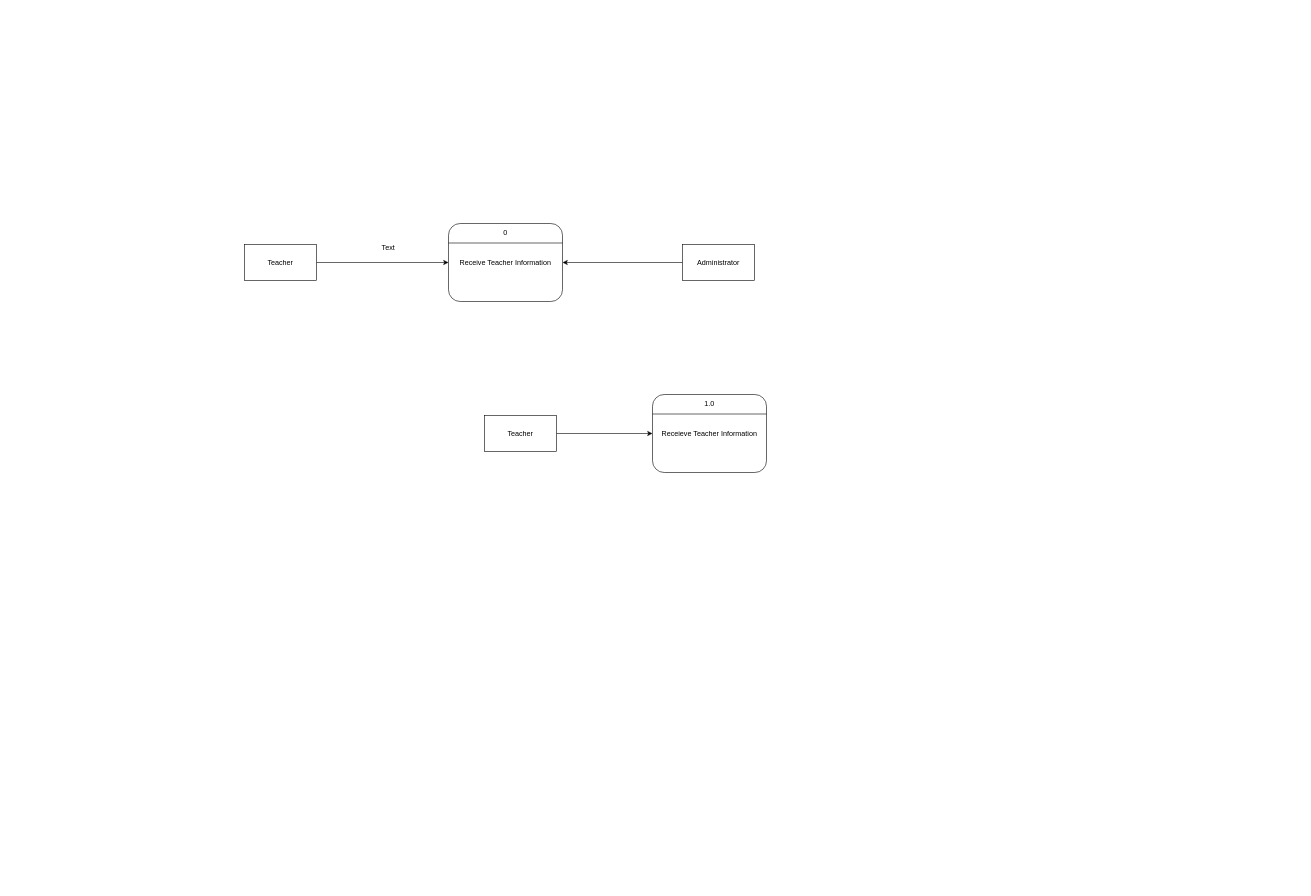
Earlier version of the draw.io diagram CFD-DFD.drawio (Beskiit/DIAGRAMS-Collab). Source tidied: cells renumbered, new cells numbered last; positions are measured from the earlier drawing's top-left corner, leaving out a move shared by most shapes. Both pictures are drawn from the tidied source at 60%, with x=0, y=0 at pixel (244, 223).
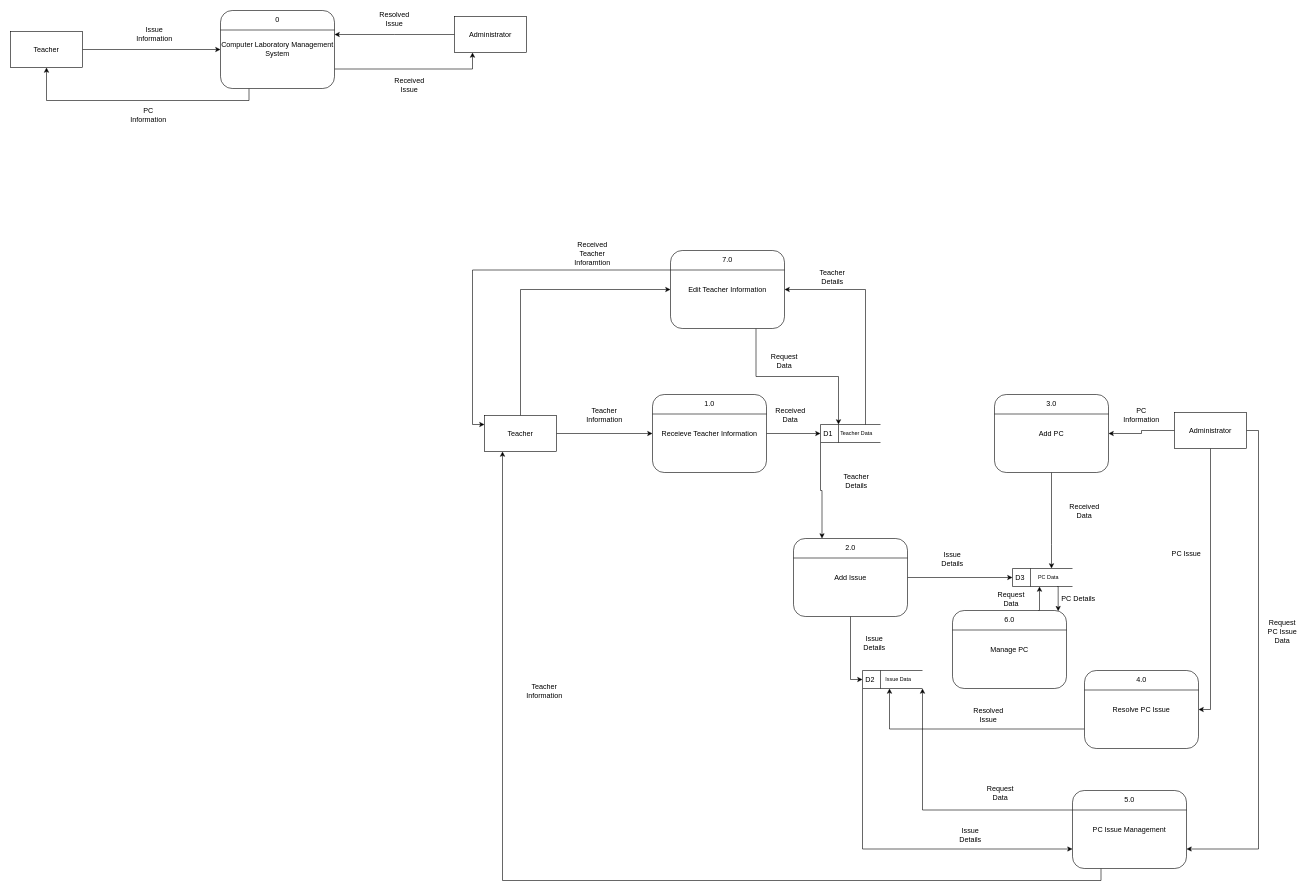
After the change.

The change refers to these unchanged cells:
```xml
<mxCell id="2" value="Receieve Teacher Information" style="rounded=1;whiteSpace=wrap;html=1;" parent="1" vertex="1">
  <mxGeometry x="680" y="285" width="190" height="130" as="geometry" />
</mxCell>
<mxCell id="5" value="Teacher" style="rounded=0;whiteSpace=wrap;html=1;" parent="1" vertex="1">
  <mxGeometry x="400" y="320" width="120" height="60" as="geometry" />
</mxCell>
```

Diff of the diagram source:
```diff
@@
+    <mxCell id="15" style="edgeStyle=orthogonalEdgeStyle;rounded=0;jettySize=auto;html=1;exitX=1;exitY=0.5;exitDx=0;exitDy=0;" parent="1" edge="1" source="2" target="24">
+      <mxGeometry relative="1" as="geometry" />
+    </mxCell>
@@
+    <mxCell id="16" style="edgeStyle=orthogonalEdgeStyle;rounded=0;jettySize=auto;html=1;exitX=0.5;exitY=0;exitDx=0;exitDy=0;entryX=0;entryY=0.5;entryDx=0;entryDy=0;" parent="1" edge="1" source="5" target="76">
+      <mxGeometry relative="1" as="geometry" />
+    </mxCell>
@@
     <mxCell id="8" value="Teacher" style="rounded=0;whiteSpace=wrap;html=1;" parent="1" vertex="1">
-      <mxGeometry y="35" width="120" height="60" as="geometry" />
+      <mxGeometry x="-390" y="-320" width="120" height="60" as="geometry" />
     </mxCell>
+    <mxCell id="17" style="edgeStyle=orthogonalEdgeStyle;rounded=0;jettySize=auto;html=1;exitX=1;exitY=0.75;exitDx=0;exitDy=0;entryX=0.25;entryY=1;entryDx=0;entryDy=0;" parent="1" edge="1" source="9" target="13">
+      <mxGeometry relative="1" as="geometry" />
+    </mxCell>
+    <mxCell id="18" style="edgeStyle=orthogonalEdgeStyle;rounded=0;jettySize=auto;html=1;exitX=0.25;exitY=1;exitDx=0;exitDy=0;entryX=0.5;entryY=1;entryDx=0;entryDy=0;" parent="1" edge="1" source="9" target="8">
+      <mxGeometry relative="1" as="geometry" />
+    </mxCell>
-    <mxCell id="9" value="Receive Teacher Information" style="rounded=1;whiteSpace=wrap;html=1;" parent="1" vertex="1">
-      <mxGeometry x="340" width="190" height="130" as="geometry" />
+    <mxCell id="9" value="Computer Laboratory Management System" style="rounded=1;whiteSpace=wrap;html=1;" parent="1" vertex="1">
+      <mxGeometry x="-40" y="-355" width="190" height="130" as="geometry" />
     </mxCell>
@@
     <mxCell id="11" value="0" style="text;html=1;align=center;verticalAlign=middle;whiteSpace=wrap;rounded=0;" parent="1" vertex="1">
-      <mxGeometry x="405" width="60" height="30" as="geometry" />
+      <mxGeometry x="25" y="-355" width="60" height="30" as="geometry" />
     </mxCell>
-    <mxCell id="12" style="edgeStyle=orthogonalEdgeStyle;rounded=0;jettySize=auto;html=1;exitX=0;exitY=0.5;exitDx=0;exitDy=0;entryX=1;entryY=0.5;entryDx=0;entryDy=0;" parent="1" edge="1" source="13" target="9">
-      <mxGeometry relative="1" as="geometry" />
-    </mxCell>
+    <mxCell id="19" style="edgeStyle=orthogonalEdgeStyle;rounded=0;jettySize=auto;html=1;exitX=0;exitY=0.5;exitDx=0;exitDy=0;" parent="1" edge="1" source="13">
+      <mxGeometry relative="1" as="geometry">
+        <mxPoint x="150" y="-315" as="targetPoint" />
+      </mxGeometry>
+    </mxCell>
     <mxCell id="13" value="Administrator" style="rounded=0;whiteSpace=wrap;html=1;" parent="1" vertex="1">
-      <mxGeometry x="730" y="35" width="120" height="60" as="geometry" />
+      <mxGeometry x="350" y="-345" width="120" height="60" as="geometry" />
     </mxCell>
-    <mxCell id="14" value="Text" style="text;html=1;align=center;verticalAlign=middle;whiteSpace=wrap;rounded=0;" parent="1" vertex="1">
-      <mxGeometry x="210" y="25" width="60" height="30" as="geometry" />
+    <mxCell id="14" value="Issue Information" style="text;html=1;align=center;verticalAlign=middle;whiteSpace=wrap;rounded=0;" parent="1" vertex="1">
+      <mxGeometry x="-180" y="-330" width="60" height="30" as="geometry" />
     </mxCell>
+    <mxCell id="20" value="Resolved Issue" style="text;html=1;align=center;verticalAlign=middle;whiteSpace=wrap;rounded=0;" parent="1" vertex="1">
+      <mxGeometry x="220" y="-355" width="60" height="30" as="geometry" />
+    </mxCell>
+    <mxCell id="21" value="PC Information" style="text;html=1;align=center;verticalAlign=middle;whiteSpace=wrap;rounded=0;" parent="1" vertex="1">
+      <mxGeometry x="-190" y="-195" width="60" height="30" as="geometry" />
+    </mxCell>
+    <mxCell id="22" value="Received Issue" style="text;html=1;align=center;verticalAlign=middle;whiteSpace=wrap;rounded=0;" parent="1" vertex="1">
+      <mxGeometry x="245" y="-245" width="60" height="30" as="geometry" />
+    </mxCell>
+    <mxCell id="23" style="edgeStyle=orthogonalEdgeStyle;rounded=0;jettySize=auto;html=1;exitX=0;exitY=1;exitDx=0;exitDy=0;entryX=0.25;entryY=0;entryDx=0;entryDy=0;" parent="1" edge="1" source="24" target="29">
+      <mxGeometry relative="1" as="geometry" />
+    </mxCell>
+    <mxCell id="24" value="D1" style="html=1;dashed=0;whiteSpace=wrap;shape=mxgraph.dfd.dataStoreID;align=left;spacingLeft=3;points=[[0,0],[0.5,0],[1,0],[0,0.5],[1,0.5],[0,1],[0.5,1],[1,1]];" parent="1" vertex="1">
+      <mxGeometry x="960" y="335" width="100" height="30" as="geometry" />
+    </mxCell>
+    <mxCell id="25" style="edgeStyle=orthogonalEdgeStyle;rounded=0;jettySize=auto;html=1;exitX=0.75;exitY=0;exitDx=0;exitDy=0;entryX=1;entryY=0.5;entryDx=0;entryDy=0;" parent="1" edge="1" source="26" target="76">
+      <mxGeometry relative="1" as="geometry" />
+    </mxCell>
+    <mxCell id="26" value="Teacher Data" style="text;html=1;align=center;verticalAlign=middle;whiteSpace=wrap;rounded=0;fontSize=9;" parent="1" vertex="1">
+      <mxGeometry x="990" y="335" width="60" height="30" as="geometry" />
+    </mxCell>
+    <mxCell id="27" style="edgeStyle=orthogonalEdgeStyle;rounded=0;jettySize=auto;html=1;exitX=0.5;exitY=1;exitDx=0;exitDy=0;entryX=0;entryY=0.5;entryDx=0;entryDy=0;" parent="1" edge="1" source="29" target="33">
+      <mxGeometry relative="1" as="geometry" />
+    </mxCell>
+    <mxCell id="28" style="edgeStyle=orthogonalEdgeStyle;rounded=0;jettySize=auto;html=1;exitX=1;exitY=0.5;exitDx=0;exitDy=0;entryX=0;entryY=0.5;entryDx=0;entryDy=0;" parent="1" edge="1" source="29" target="43">
+      <mxGeometry relative="1" as="geometry" />
+    </mxCell>
+    <mxCell id="29" value="Add Issue" style="rounded=1;whiteSpace=wrap;html=1;" parent="1" vertex="1">
+      <mxGeometry x="915" y="525" width="190" height="130" as="geometry" />
+    </mxCell>
+    <mxCell id="30" style="endArrow=none;html=1;rounded=0;entryX=1;entryY=0.25;entryDx=0;entryDy=0;exitX=0;exitY=0.25;exitDx=0;exitDy=0;" parent="1" edge="1" source="29" target="29">
+      <mxGeometry relative="1" as="geometry" />
+    </mxCell>
+    <mxCell id="31" value="2.0" style="text;html=1;align=center;verticalAlign=middle;whiteSpace=wrap;rounded=0;" parent="1" vertex="1">
+      <mxGeometry x="980" y="525" width="60" height="30" as="geometry" />
+    </mxCell>
+    <mxCell id="32" style="edgeStyle=orthogonalEdgeStyle;rounded=0;jettySize=auto;html=1;exitX=0;exitY=1;exitDx=0;exitDy=0;entryX=0;entryY=0.75;entryDx=0;entryDy=0;" parent="1" edge="1" source="33" target="51">
+      <mxGeometry relative="1" as="geometry" />
+    </mxCell>
+    <mxCell id="33" value="D2" style="html=1;dashed=0;whiteSpace=wrap;shape=mxgraph.dfd.dataStoreID;align=left;spacingLeft=3;points=[[0,0],[0.5,0],[1,0],[0,0.5],[1,0.5],[0,1],[0.5,1],[1,1]];" parent="1" vertex="1">
+      <mxGeometry x="1030" y="745" width="100" height="30" as="geometry" />
+    </mxCell>
+    <mxCell id="34" value="Issue Data" style="text;html=1;align=center;verticalAlign=middle;whiteSpace=wrap;rounded=0;fontSize=9;" parent="1" vertex="1">
+      <mxGeometry x="1060" y="745" width="60" height="30" as="geometry" />
+    </mxCell>
+    <mxCell id="35" style="edgeStyle=orthogonalEdgeStyle;rounded=0;jettySize=auto;html=1;exitX=0;exitY=0.5;exitDx=0;exitDy=0;entryX=1;entryY=0.5;entryDx=0;entryDy=0;" parent="1" edge="1" source="38" target="40">
+      <mxGeometry relative="1" as="geometry" />
+    </mxCell>
+    <mxCell id="36" style="edgeStyle=orthogonalEdgeStyle;rounded=0;jettySize=auto;html=1;exitX=0.5;exitY=1;exitDx=0;exitDy=0;entryX=1;entryY=0.5;entryDx=0;entryDy=0;" parent="1" edge="1" source="38" target="46">
+      <mxGeometry relative="1" as="geometry" />
+    </mxCell>
+    <mxCell id="37" style="edgeStyle=orthogonalEdgeStyle;rounded=0;jettySize=auto;html=1;exitX=1;exitY=0.5;exitDx=0;exitDy=0;entryX=1;entryY=0.75;entryDx=0;entryDy=0;" parent="1" edge="1" source="38" target="51">
+      <mxGeometry relative="1" as="geometry" />
+    </mxCell>
+    <mxCell id="38" value="Administrator" style="rounded=0;whiteSpace=wrap;html=1;" parent="1" vertex="1">
+      <mxGeometry x="1550" y="315" width="120" height="60" as="geometry" />
+    </mxCell>
+    <mxCell id="39" style="edgeStyle=orthogonalEdgeStyle;rounded=0;jettySize=auto;html=1;exitX=0.5;exitY=1;exitDx=0;exitDy=0;" parent="1" edge="1" source="40" target="44">
+      <mxGeometry relative="1" as="geometry">
+        <Array as="points">
+          <mxPoint x="1345" y="535" />
+          <mxPoint x="1345" y="535" />
+        </Array>
+      </mxGeometry>
+    </mxCell>
+    <mxCell id="40" value="Add PC" style="rounded=1;whiteSpace=wrap;html=1;" parent="1" vertex="1">
+      <mxGeometry x="1250" y="285" width="190" height="130" as="geometry" />
+    </mxCell>
+    <mxCell id="41" style="endArrow=none;html=1;rounded=0;entryX=1;entryY=0.25;entryDx=0;entryDy=0;exitX=0;exitY=0.25;exitDx=0;exitDy=0;" parent="1" edge="1" source="40" target="40">
+      <mxGeometry relative="1" as="geometry" />
+    </mxCell>
+    <mxCell id="42" value="3.0" style="text;html=1;align=center;verticalAlign=middle;whiteSpace=wrap;rounded=0;" parent="1" vertex="1">
+      <mxGeometry x="1315" y="285" width="60" height="30" as="geometry" />
+    </mxCell>
+    <mxCell id="43" value="D3" style="html=1;dashed=0;whiteSpace=wrap;shape=mxgraph.dfd.dataStoreID;align=left;spacingLeft=3;points=[[0,0],[0.5,0],[1,0],[0,0.5],[1,0.5],[0,1],[0.5,1],[1,1]];" parent="1" vertex="1">
+      <mxGeometry x="1280" y="575" width="100" height="30" as="geometry" />
+    </mxCell>
+    <mxCell id="44" value="PC Data" style="text;html=1;align=center;verticalAlign=middle;whiteSpace=wrap;rounded=0;fontSize=9;" parent="1" vertex="1">
+      <mxGeometry x="1310" y="575" width="60" height="30" as="geometry" />
+    </mxCell>
+    <mxCell id="45" style="edgeStyle=orthogonalEdgeStyle;rounded=0;jettySize=auto;html=1;exitX=0;exitY=0.75;exitDx=0;exitDy=0;entryX=0.25;entryY=1;entryDx=0;entryDy=0;" parent="1" edge="1" source="46" target="34">
+      <mxGeometry relative="1" as="geometry" />
+    </mxCell>
+    <mxCell id="46" value="Resolve PC Issue" style="rounded=1;whiteSpace=wrap;html=1;" parent="1" vertex="1">
+      <mxGeometry x="1400" y="745" width="190" height="130" as="geometry" />
+    </mxCell>
+    <mxCell id="47" style="endArrow=none;html=1;rounded=0;entryX=1;entryY=0.25;entryDx=0;entryDy=0;exitX=0;exitY=0.25;exitDx=0;exitDy=0;" parent="1" edge="1" source="46" target="46">
+      <mxGeometry relative="1" as="geometry" />
+    </mxCell>
+    <mxCell id="48" value="4.0" style="text;html=1;align=center;verticalAlign=middle;whiteSpace=wrap;rounded=0;" parent="1" vertex="1">
+      <mxGeometry x="1465" y="745" width="60" height="30" as="geometry" />
+    </mxCell>
+    <mxCell id="49" style="edgeStyle=orthogonalEdgeStyle;rounded=0;jettySize=auto;html=1;exitX=0.25;exitY=1;exitDx=0;exitDy=0;entryX=0.25;entryY=1;entryDx=0;entryDy=0;" parent="1" edge="1" source="51" target="5">
+      <mxGeometry relative="1" as="geometry" />
+    </mxCell>
+    <mxCell id="50" style="edgeStyle=orthogonalEdgeStyle;rounded=0;jettySize=auto;html=1;exitX=0;exitY=0.25;exitDx=0;exitDy=0;entryX=1;entryY=1;entryDx=0;entryDy=0;" parent="1" edge="1" source="51" target="33">
+      <mxGeometry relative="1" as="geometry" />
+    </mxCell>
+    <mxCell id="51" value="PC Issue Management" style="rounded=1;whiteSpace=wrap;html=1;" parent="1" vertex="1">
+      <mxGeometry x="1380" y="945" width="190" height="130" as="geometry" />
+    </mxCell>
+    <mxCell id="52" style="endArrow=none;html=1;rounded=0;entryX=1;entryY=0.25;entryDx=0;entryDy=0;exitX=0;exitY=0.25;exitDx=0;exitDy=0;" parent="1" edge="1" source="51" target="51">
+      <mxGeometry relative="1" as="geometry" />
+    </mxCell>
+    <mxCell id="53" value="5.0" style="text;html=1;align=center;verticalAlign=middle;whiteSpace=wrap;rounded=0;" parent="1" vertex="1">
+      <mxGeometry x="1445" y="945" width="60" height="30" as="geometry" />
+    </mxCell>
+    <mxCell id="54" value="Teacher Information" style="text;html=1;align=center;verticalAlign=middle;whiteSpace=wrap;rounded=0;" parent="1" vertex="1">
+      <mxGeometry x="570" y="305" width="60" height="30" as="geometry" />
+    </mxCell>
+    <mxCell id="55" value="Received Data" style="text;html=1;align=center;verticalAlign=middle;whiteSpace=wrap;rounded=0;" parent="1" vertex="1">
+      <mxGeometry x="880" y="305" width="60" height="30" as="geometry" />
+    </mxCell>
+    <mxCell id="56" value="Teacher Details" style="text;html=1;align=center;verticalAlign=middle;whiteSpace=wrap;rounded=0;" parent="1" vertex="1">
+      <mxGeometry x="990" y="415" width="60" height="30" as="geometry" />
+    </mxCell>
+    <mxCell id="57" value="Issue Details" style="text;html=1;align=center;verticalAlign=middle;whiteSpace=wrap;rounded=0;" parent="1" vertex="1">
+      <mxGeometry x="1020" y="685" width="60" height="30" as="geometry" />
+    </mxCell>
+    <mxCell id="58" value="Issue Details" style="text;html=1;align=center;verticalAlign=middle;whiteSpace=wrap;rounded=0;" parent="1" vertex="1">
+      <mxGeometry x="1180" y="1005" width="60" height="30" as="geometry" />
+    </mxCell>
+    <mxCell id="59" value="Teacher Information" style="text;html=1;align=center;verticalAlign=middle;whiteSpace=wrap;rounded=0;" parent="1" vertex="1">
+      <mxGeometry x="470" y="765" width="60" height="30" as="geometry" />
+    </mxCell>
+    <mxCell id="60" value="PC Information" style="text;html=1;align=center;verticalAlign=middle;whiteSpace=wrap;rounded=0;" parent="1" vertex="1">
+      <mxGeometry x="1465" y="305" width="60" height="30" as="geometry" />
+    </mxCell>
+    <mxCell id="61" style="edgeStyle=orthogonalEdgeStyle;rounded=0;jettySize=auto;html=1;exitX=0.75;exitY=0;exitDx=0;exitDy=0;entryX=0.25;entryY=1;entryDx=0;entryDy=0;" parent="1" edge="1" source="62" target="44">
+      <mxGeometry relative="1" as="geometry">
+        <Array as="points">
+          <mxPoint x="1325" y="645" />
+        </Array>
+      </mxGeometry>
+    </mxCell>
+    <mxCell id="62" value="Manage PC" style="rounded=1;whiteSpace=wrap;html=1;" parent="1" vertex="1">
+      <mxGeometry x="1180" y="645" width="190" height="130" as="geometry" />
+    </mxCell>
+    <mxCell id="63" style="endArrow=none;html=1;rounded=0;entryX=1;entryY=0.25;entryDx=0;entryDy=0;exitX=0;exitY=0.25;exitDx=0;exitDy=0;" parent="1" edge="1" source="62" target="62">
+      <mxGeometry relative="1" as="geometry" />
+    </mxCell>
+    <mxCell id="64" value="6.0" style="text;html=1;align=center;verticalAlign=middle;whiteSpace=wrap;rounded=0;" parent="1" vertex="1">
+      <mxGeometry x="1245" y="645" width="60" height="30" as="geometry" />
+    </mxCell>
+    <mxCell id="65" style="edgeStyle=orthogonalEdgeStyle;rounded=0;jettySize=auto;html=1;exitX=0.75;exitY=1;exitDx=0;exitDy=0;entryX=0.927;entryY=0.009;entryDx=0;entryDy=0;entryPerimeter=0;" parent="1" edge="1" source="44" target="62">
+      <mxGeometry relative="1" as="geometry">
+        <Array as="points">
+          <mxPoint x="1356" y="605" />
+        </Array>
+      </mxGeometry>
+    </mxCell>
+    <mxCell id="66" value="Request Data" style="text;html=1;align=center;verticalAlign=middle;whiteSpace=wrap;rounded=0;" parent="1" vertex="1">
+      <mxGeometry x="1248" y="611" width="60" height="30" as="geometry" />
+    </mxCell>
+    <mxCell id="67" value="PC Details" style="text;html=1;align=center;verticalAlign=middle;whiteSpace=wrap;rounded=0;" parent="1" vertex="1">
+      <mxGeometry x="1360" y="611" width="60" height="30" as="geometry" />
+    </mxCell>
+    <mxCell id="68" value="Resolved Issue" style="text;html=1;align=center;verticalAlign=middle;whiteSpace=wrap;rounded=0;" parent="1" vertex="1">
+      <mxGeometry x="1210" y="805" width="60" height="30" as="geometry" />
+    </mxCell>
+    <mxCell id="69" value="Request Data" style="text;html=1;align=center;verticalAlign=middle;whiteSpace=wrap;rounded=0;" parent="1" vertex="1">
+      <mxGeometry x="1230" y="935" width="60" height="30" as="geometry" />
+    </mxCell>
+    <mxCell id="70" value="Issue Details" style="text;html=1;align=center;verticalAlign=middle;whiteSpace=wrap;rounded=0;" parent="1" vertex="1">
+      <mxGeometry x="1150" y="545" width="60" height="30" as="geometry" />
+    </mxCell>
+    <mxCell id="71" value="Received Data" style="text;html=1;align=center;verticalAlign=middle;whiteSpace=wrap;rounded=0;" parent="1" vertex="1">
+      <mxGeometry x="1370" y="465" width="60" height="30" as="geometry" />
+    </mxCell>
+    <mxCell id="72" value="PC Issue" style="text;html=1;align=center;verticalAlign=middle;whiteSpace=wrap;rounded=0;" parent="1" vertex="1">
+      <mxGeometry x="1540" y="535" width="60" height="30" as="geometry" />
+    </mxCell>
+    <mxCell id="73" value="Request PC Issue Data" style="text;html=1;align=center;verticalAlign=middle;whiteSpace=wrap;rounded=0;" parent="1" vertex="1">
+      <mxGeometry x="1700" y="665" width="60" height="30" as="geometry" />
+    </mxCell>
+    <mxCell id="74" style="edgeStyle=orthogonalEdgeStyle;rounded=0;jettySize=auto;html=1;exitX=0.75;exitY=1;exitDx=0;exitDy=0;entryX=0;entryY=0;entryDx=0;entryDy=0;" parent="1" edge="1" source="76" target="26">
+      <mxGeometry relative="1" as="geometry" />
+    </mxCell>
+    <mxCell id="75" style="edgeStyle=orthogonalEdgeStyle;rounded=0;jettySize=auto;html=1;exitX=0;exitY=0.25;exitDx=0;exitDy=0;entryX=0;entryY=0.25;entryDx=0;entryDy=0;" parent="1" edge="1" source="76" target="5">
+      <mxGeometry relative="1" as="geometry" />
+    </mxCell>
+    <mxCell id="76" value="Edit Teacher Information" style="rounded=1;whiteSpace=wrap;html=1;" parent="1" vertex="1">
+      <mxGeometry x="710" y="45" width="190" height="130" as="geometry" />
+    </mxCell>
+    <mxCell id="77" style="endArrow=none;html=1;rounded=0;entryX=1;entryY=0.25;entryDx=0;entryDy=0;exitX=0;exitY=0.25;exitDx=0;exitDy=0;" parent="1" edge="1" source="76" target="76">
+      <mxGeometry relative="1" as="geometry" />
+    </mxCell>
+    <mxCell id="78" value="7.0" style="text;html=1;align=center;verticalAlign=middle;whiteSpace=wrap;rounded=0;" parent="1" vertex="1">
+      <mxGeometry x="775" y="45" width="60" height="30" as="geometry" />
+    </mxCell>
+    <mxCell id="79" value="Received Teacher Inforamtion" style="text;html=1;align=center;verticalAlign=middle;whiteSpace=wrap;rounded=0;" parent="1" vertex="1">
+      <mxGeometry x="550" y="35" width="60" height="30" as="geometry" />
+    </mxCell>
+    <mxCell id="80" value="Request Data" style="text;html=1;align=center;verticalAlign=middle;whiteSpace=wrap;rounded=0;" parent="1" vertex="1">
+      <mxGeometry x="870" y="215" width="60" height="30" as="geometry" />
+    </mxCell>
+    <mxCell id="81" value="Teacher Details" style="text;html=1;align=center;verticalAlign=middle;whiteSpace=wrap;rounded=0;" parent="1" vertex="1">
+      <mxGeometry x="950" y="75" width="60" height="30" as="geometry" />
+    </mxCell>
```
